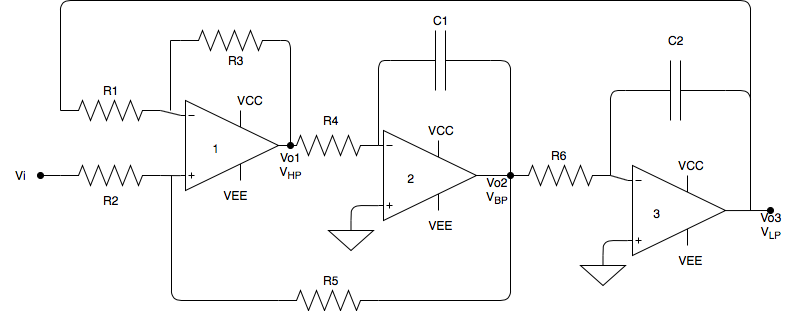
Above: EJ4/imagenes/kerwin.png in grupo-tc-volcan/TP5 (draw.io), before the change. Source tidied: cells renumbered, new cells last; positions are measured from the earlier drawing's top-left corner, leaving out a move shared by most shapes.
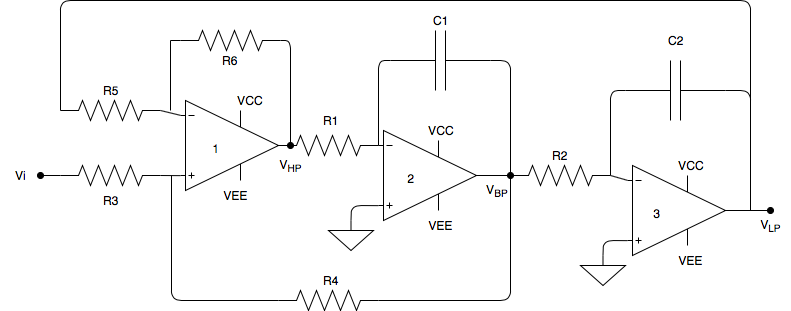
The same diagram one commit later.

The edit, as a diff of the source:
```diff
@@ -153,16 +153,16 @@
         </Array>
       </mxGeometry>
     </mxCell>
-    <mxCell id="34" value="Vo1&lt;br&gt;V&lt;sub&gt;HP&lt;br&gt;&lt;/sub&gt;" style="text;html=1;strokeColor=none;fillColor=none;align=center;verticalAlign=middle;whiteSpace=wrap;rounded=0;" parent="1" vertex="1">
+    <mxCell id="34" value="V&lt;sub&gt;HP&lt;br&gt;&lt;/sub&gt;" style="text;html=1;strokeColor=none;fillColor=none;align=center;verticalAlign=middle;whiteSpace=wrap;rounded=0;" parent="1" vertex="1">
       <mxGeometry x="270" y="155" width="40" height="20" as="geometry" />
     </mxCell>
-    <mxCell id="35" value="Vo2&lt;br&gt;V&lt;sub&gt;BP&lt;br&gt;&lt;/sub&gt;" style="text;html=1;strokeColor=none;fillColor=none;align=center;verticalAlign=middle;whiteSpace=wrap;rounded=0;" parent="1" vertex="1">
+    <mxCell id="35" value="V&lt;sub&gt;BP&lt;br&gt;&lt;/sub&gt;" style="text;html=1;strokeColor=none;fillColor=none;align=center;verticalAlign=middle;whiteSpace=wrap;rounded=0;" parent="1" vertex="1">
       <mxGeometry x="476" y="180" width="40" height="20" as="geometry" />
     </mxCell>
-    <mxCell id="36" value="Vo3&lt;br&gt;V&lt;sub&gt;LP&lt;/sub&gt;" style="text;html=1;strokeColor=none;fillColor=none;align=center;verticalAlign=middle;whiteSpace=wrap;rounded=0;" parent="1" vertex="1">
+    <mxCell id="36" value="V&lt;sub&gt;LP&lt;/sub&gt;" style="text;html=1;strokeColor=none;fillColor=none;align=center;verticalAlign=middle;whiteSpace=wrap;rounded=0;" parent="1" vertex="1">
       <mxGeometry x="750" y="215" width="40" height="20" as="geometry" />
     </mxCell>
-    <mxCell id="37" value="R1" style="text;html=1;strokeColor=none;fillColor=none;align=center;verticalAlign=middle;whiteSpace=wrap;rounded=0;" parent="1" vertex="1">
+    <mxCell id="37" value="R5" style="text;html=1;strokeColor=none;fillColor=none;align=center;verticalAlign=middle;whiteSpace=wrap;rounded=0;" parent="1" vertex="1">
       <mxGeometry x="90" y="80" width="40" height="20" as="geometry" />
     </mxCell>
     <mxCell id="38" value="C2" style="text;html=1;strokeColor=none;fillColor=none;align=center;verticalAlign=middle;whiteSpace=wrap;rounded=0;" parent="1" vertex="1">
@@ -171,19 +171,19 @@
     <mxCell id="39" value="C1" style="text;html=1;strokeColor=none;fillColor=none;align=center;verticalAlign=middle;whiteSpace=wrap;rounded=0;" parent="1" vertex="1">
       <mxGeometry x="420" y="10" width="40" height="20" as="geometry" />
     </mxCell>
-    <mxCell id="40" value="R2" style="text;html=1;strokeColor=none;fillColor=none;align=center;verticalAlign=middle;whiteSpace=wrap;rounded=0;" parent="1" vertex="1">
+    <mxCell id="40" value="R3" style="text;html=1;strokeColor=none;fillColor=none;align=center;verticalAlign=middle;whiteSpace=wrap;rounded=0;" parent="1" vertex="1">
       <mxGeometry x="90" y="190" width="40" height="20" as="geometry" />
     </mxCell>
-    <mxCell id="41" value="R3" style="text;html=1;strokeColor=none;fillColor=none;align=center;verticalAlign=middle;whiteSpace=wrap;rounded=0;" parent="1" vertex="1">
-      <mxGeometry x="215" y="50" width="40" height="20" as="geometry" />
+    <mxCell id="41" value="R6" style="text;html=1;strokeColor=none;fillColor=none;align=center;verticalAlign=middle;whiteSpace=wrap;rounded=0;" parent="1" vertex="1">
+      <mxGeometry x="209" y="50" width="40" height="20" as="geometry" />
     </mxCell>
-    <mxCell id="42" value="R4" style="text;html=1;strokeColor=none;fillColor=none;align=center;verticalAlign=middle;whiteSpace=wrap;rounded=0;" parent="1" vertex="1">
+    <mxCell id="42" value="R1" style="text;html=1;strokeColor=none;fillColor=none;align=center;verticalAlign=middle;whiteSpace=wrap;rounded=0;" parent="1" vertex="1">
       <mxGeometry x="310.5" y="110" width="40" height="20" as="geometry" />
     </mxCell>
-    <mxCell id="43" value="R5" style="text;html=1;strokeColor=none;fillColor=none;align=center;verticalAlign=middle;whiteSpace=wrap;rounded=0;" parent="1" vertex="1">
+    <mxCell id="43" value="R4" style="text;html=1;strokeColor=none;fillColor=none;align=center;verticalAlign=middle;whiteSpace=wrap;rounded=0;" parent="1" vertex="1">
       <mxGeometry x="310.5" y="270" width="40" height="20" as="geometry" />
     </mxCell>
-    <mxCell id="44" value="R6" style="text;html=1;strokeColor=none;fillColor=none;align=center;verticalAlign=middle;whiteSpace=wrap;rounded=0;" parent="1" vertex="1">
+    <mxCell id="44" value="R2" style="text;html=1;strokeColor=none;fillColor=none;align=center;verticalAlign=middle;whiteSpace=wrap;rounded=0;" parent="1" vertex="1">
       <mxGeometry x="539" y="145" width="40" height="20" as="geometry" />
     </mxCell>
     <mxCell id="45" value="VCC" style="text;html=1;strokeColor=none;fillColor=none;align=center;verticalAlign=middle;whiteSpace=wrap;rounded=0;" parent="1" vertex="1">
```
